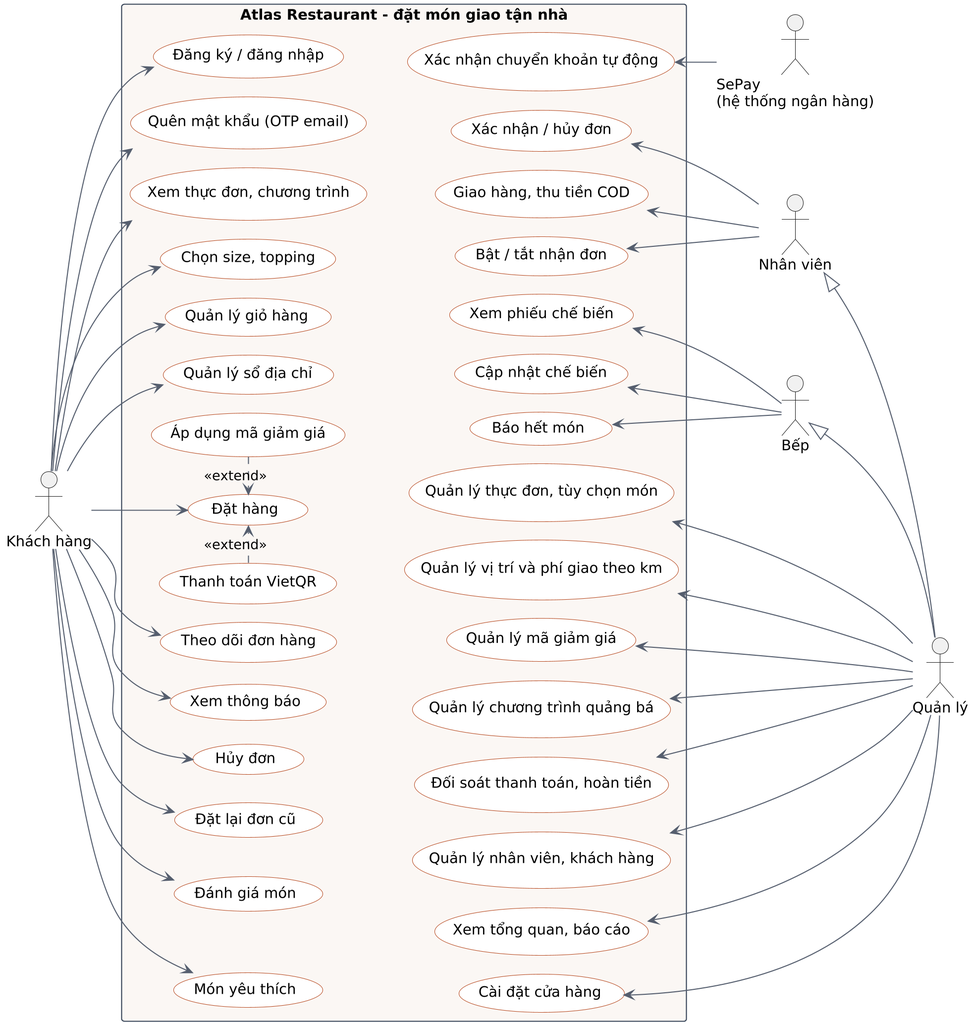
Earlier version of the PlantUML export docs/usecase.png (Anpham120/restaurant-ordering-mobile). The source it was exported from:
```plantuml
@startuml usecase
!pragma layout smetana
left to right direction
skinparam dpi 200
skinparam defaultFontName "DejaVu Sans"
skinparam shadowing false
skinparam actorStyle stick
skinparam packageStyle rectangle
skinparam usecase {
  BackgroundColor #FFFFFF
  BorderColor #B5451B
  ArrowColor #555E6E
}
skinparam rectangle {
  BackgroundColor #FBF7F4
  BorderColor #334155
}

actor "Khách hàng" as KH
actor "Nhân viên" as NV
actor "Bếp" as BEP
actor "Quản lý" as QL
actor "SePay\n(hệ thống ngân hàng)" as SP

QL -up-|> NV
QL -up-|> BEP

rectangle "Atlas Restaurant - đặt món giao tận nhà" {
  usecase "Đăng ký / đăng nhập" as UC01
  usecase "Quên mật khẩu (OTP email)" as UC02
  usecase "Xem thực đơn, chương trình" as UC03
  usecase "Chọn size, topping" as UC04
  usecase "Quản lý giỏ hàng" as UC05
  usecase "Quản lý sổ địa chỉ" as UC06
  usecase "Áp dụng mã giảm giá" as UC07
  usecase "Đặt hàng" as UC08
  usecase "Thanh toán VietQR" as UC09
  usecase "Theo dõi đơn hàng" as UC10
  usecase "Xem thông báo" as UC11
  usecase "Hủy đơn" as UC12
  usecase "Đặt lại đơn cũ" as UC13
  usecase "Đánh giá món" as UC14
  usecase "Món yêu thích" as UC15

  usecase "Xác nhận chuyển khoản tự động" as UC16
  usecase "Xác nhận / hủy đơn" as UC17
  usecase "Giao hàng, thu tiền COD" as UC18
  usecase "Bật / tắt nhận đơn" as UC19
  usecase "Xem phiếu chế biến" as UC20
  usecase "Cập nhật chế biến" as UC21
  usecase "Báo hết món" as UC22
  usecase "Quản lý thực đơn, tùy chọn món" as UC23
  usecase "Quản lý vị trí và phí giao theo km" as UC24
  usecase "Quản lý mã giảm giá" as UC25
  usecase "Quản lý chương trình quảng bá" as UC26
  usecase "Đối soát thanh toán, hoàn tiền" as UC27
  usecase "Quản lý nhân viên, khách hàng" as UC28
  usecase "Xem tổng quan, báo cáo" as UC29
  usecase "Cài đặt cửa hàng" as UC30
}

KH --> UC01
KH --> UC02
KH --> UC03
KH --> UC04
KH --> UC05
KH --> UC06
KH --> UC08
KH --> UC10
KH --> UC11
KH --> UC12
KH --> UC13
KH --> UC14
KH --> UC15
UC07 .> UC08 : <<extend>>
UC09 .> UC08 : <<extend>>

UC16 <-- SP
UC17 <-- NV
UC18 <-- NV
UC19 <-- NV
UC20 <-- BEP
UC21 <-- BEP
UC22 <-- BEP
UC23 <-- QL
UC24 <-- QL
UC25 <-- QL
UC26 <-- QL
UC27 <-- QL
UC28 <-- QL
UC29 <-- QL
UC30 <-- QL

UC01 -[hidden]-> UC16
UC02 -[hidden]-> UC17
UC03 -[hidden]-> UC18
UC04 -[hidden]-> UC19
UC05 -[hidden]-> UC20
UC06 -[hidden]-> UC21
UC07 -[hidden]-> UC22
UC08 -[hidden]-> UC23
UC09 -[hidden]-> UC24
UC10 -[hidden]-> UC25
UC11 -[hidden]-> UC26
UC12 -[hidden]-> UC27
UC13 -[hidden]-> UC28
UC14 -[hidden]-> UC29
UC15 -[hidden]-> UC30
@enduml
```
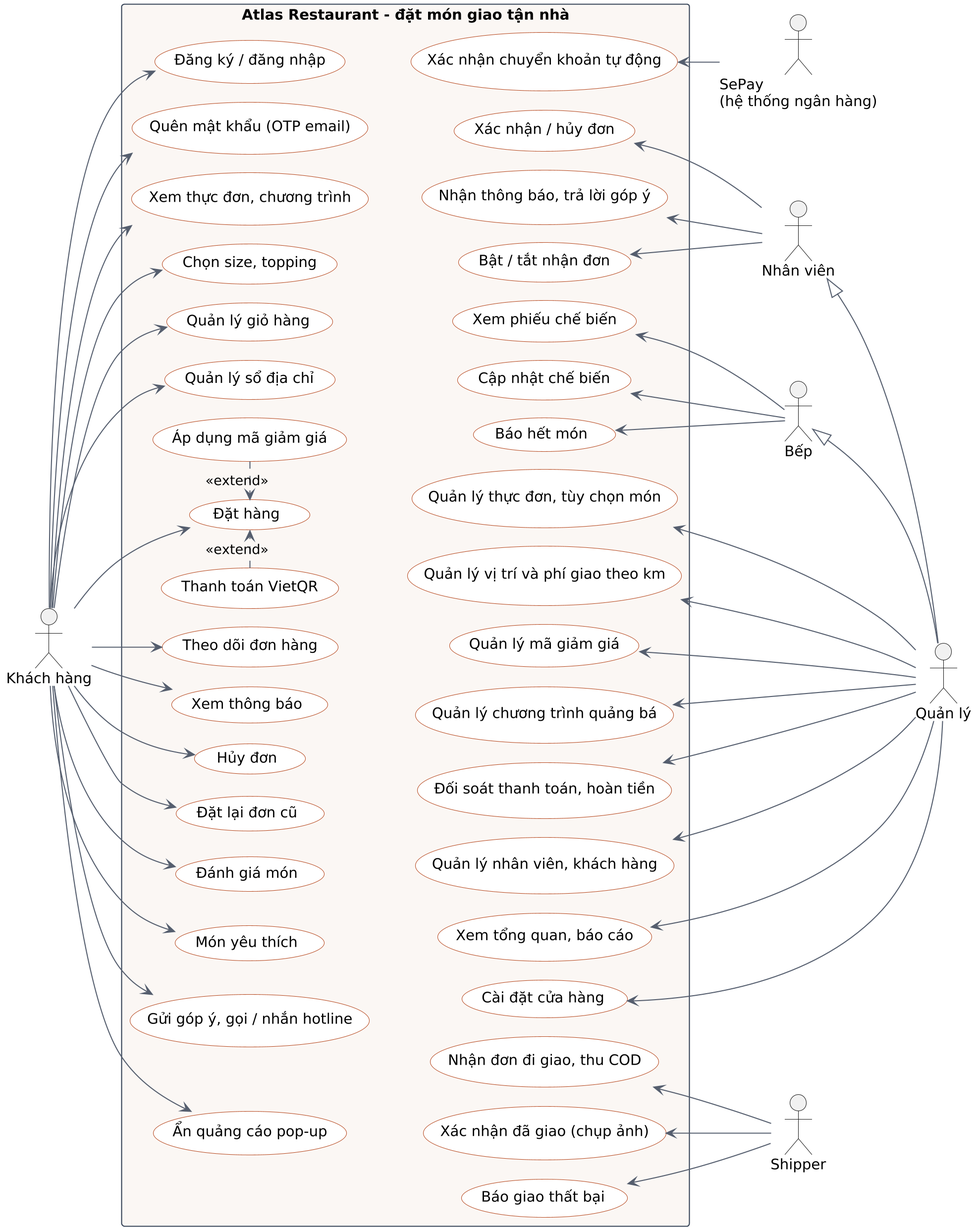
Above is the later version.

Commit message:
docs(report): shipper delivery confirmation, customer feedback, promo mute; drop the icon on the mute link

Diff of the diagram source:
```diff
@@ -20,6 +20,7 @@
 actor "Nhân viên" as NV
 actor "Bếp" as BEP
 actor "Quản lý" as QL
+actor "Shipper" as SH
 actor "SePay\n(hệ thống ngân hàng)" as SP
 
 QL -up-|> NV
@@ -41,10 +42,12 @@
   usecase "Đặt lại đơn cũ" as UC13
   usecase "Đánh giá món" as UC14
   usecase "Món yêu thích" as UC15
+  usecase "Gửi góp ý, gọi / nhắn hotline" as UC31
+  usecase "Ẩn quảng cáo pop-up" as UC32
 
   usecase "Xác nhận chuyển khoản tự động" as UC16
   usecase "Xác nhận / hủy đơn" as UC17
-  usecase "Giao hàng, thu tiền COD" as UC18
+  usecase "Nhận thông báo, trả lời góp ý" as UC18
   usecase "Bật / tắt nhận đơn" as UC19
   usecase "Xem phiếu chế biến" as UC20
   usecase "Cập nhật chế biến" as UC21
@@ -57,6 +60,9 @@
   usecase "Quản lý nhân viên, khách hàng" as UC28
   usecase "Xem tổng quan, báo cáo" as UC29
   usecase "Cài đặt cửa hàng" as UC30
+  usecase "Nhận đơn đi giao, thu COD" as UC33
+  usecase "Xác nhận đã giao (chụp ảnh)" as UC34
+  usecase "Báo giao thất bại" as UC35
 }
 
 KH --> UC01
@@ -72,6 +78,8 @@
 KH --> UC13
 KH --> UC14
 KH --> UC15
+KH --> UC31
+KH --> UC32
 UC07 .> UC08 : <<extend>>
 UC09 .> UC08 : <<extend>>
 
@@ -90,6 +98,9 @@
 UC28 <-- QL
 UC29 <-- QL
 UC30 <-- QL
+UC33 <-- SH
+UC34 <-- SH
+UC35 <-- SH
 
 UC01 -[hidden]-> UC16
 UC02 -[hidden]-> UC17
@@ -106,4 +117,7 @@
 UC13 -[hidden]-> UC28
 UC14 -[hidden]-> UC29
 UC15 -[hidden]-> UC30
+UC31 -[hidden]-> UC33
+UC32 -[hidden]-> UC34
+UC32 -[hidden]-> UC35
 @enduml
```
